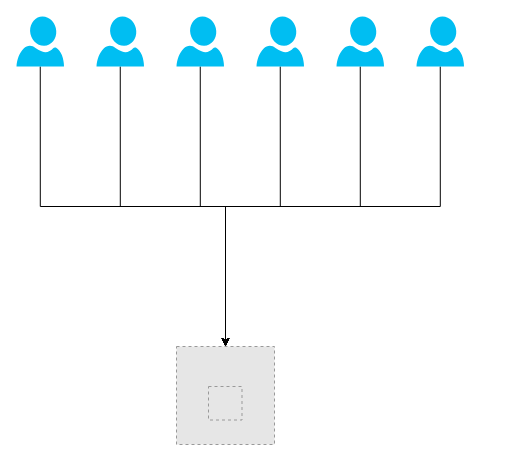
Before: Untitled Diagram.drawio in hoangks5/Diagram_Hackathon_Orainchain, a draw.io diagram. Source tidied: cells renumbered, new cells numbered last; positions are measured from the earlier drawing's top-left corner, leaving out a move shared by most shapes. Both pictures are drawn from the tidied source at 100%, with x=0, y=0 at pixel (16, 16). Pictures stored in the file or linked from it are replaced by grey dashed boxes.
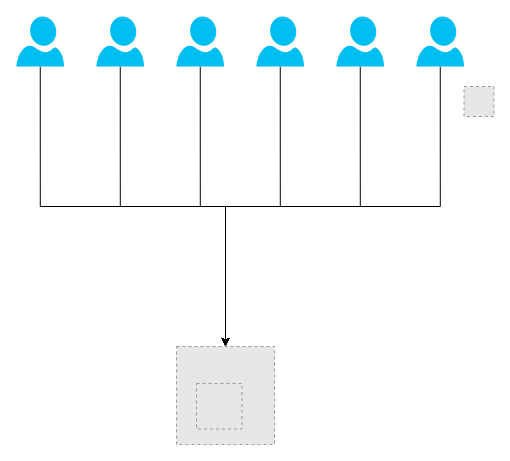
After the change.

The edit, as a diff of the source:
```diff
@@
 <mxGraphModel>
   <root>
     <mxCell id="0" />
     <mxCell id="1" parent="0" />
     <mxCell id="2" style="edgeStyle=orthogonalEdgeStyle;rounded=0;jettySize=auto;html=1;exitX=0.5;exitY=1;exitDx=0;exitDy=0;exitPerimeter=0;fontFamily=Helvetica;fontSize=12;fontColor=default;entryX=0.5;entryY=0;entryDx=0;entryDy=0;" parent="1" edge="1" source="3" target="14">
       <mxGeometry relative="1" as="geometry" />
     </mxCell>
     <mxCell id="3" style="verticalLabelPosition=bottom;html=1;verticalAlign=top;align=center;strokeColor=none;fillColor=#00BEF2;shape=mxgraph.azure.user;" parent="1" vertex="1">
       <mxGeometry width="47.5" height="50" as="geometry" />
     </mxCell>
     <mxCell id="4" style="edgeStyle=orthogonalEdgeStyle;rounded=0;jettySize=auto;html=1;exitX=0.5;exitY=1;exitDx=0;exitDy=0;exitPerimeter=0;fontFamily=Helvetica;fontSize=12;fontColor=default;entryX=0.5;entryY=0;entryDx=0;entryDy=0;" parent="1" edge="1" source="5" target="14">
       <mxGeometry relative="1" as="geometry" />
     </mxCell>
     <mxCell id="5" style="verticalLabelPosition=bottom;html=1;verticalAlign=top;align=center;strokeColor=none;fillColor=#00BEF2;shape=mxgraph.azure.user;" parent="1" vertex="1">
       <mxGeometry x="80" width="47.5" height="50" as="geometry" />
     </mxCell>
     <mxCell id="6" style="edgeStyle=orthogonalEdgeStyle;rounded=0;jettySize=auto;html=1;exitX=0.5;exitY=1;exitDx=0;exitDy=0;exitPerimeter=0;fontFamily=Helvetica;fontSize=12;fontColor=default;entryX=0.5;entryY=0;entryDx=0;entryDy=0;" parent="1" edge="1" source="7" target="14">
       <mxGeometry relative="1" as="geometry" />
     </mxCell>
     <mxCell id="7" style="verticalLabelPosition=bottom;html=1;verticalAlign=top;align=center;strokeColor=none;fillColor=#00BEF2;shape=mxgraph.azure.user;" parent="1" vertex="1">
       <mxGeometry x="160" width="47.5" height="50" as="geometry" />
     </mxCell>
     <mxCell id="8" style="edgeStyle=orthogonalEdgeStyle;rounded=0;jettySize=auto;html=1;exitX=0.5;exitY=1;exitDx=0;exitDy=0;exitPerimeter=0;entryX=0.5;entryY=0;entryDx=0;entryDy=0;fontFamily=Helvetica;fontSize=12;fontColor=default;" parent="1" edge="1" source="9" target="14">
       <mxGeometry relative="1" as="geometry" />
     </mxCell>
     <mxCell id="9" style="verticalLabelPosition=bottom;html=1;verticalAlign=top;align=center;strokeColor=none;fillColor=#00BEF2;shape=mxgraph.azure.user;" parent="1" vertex="1">
       <mxGeometry x="240" width="47.5" height="50" as="geometry" />
     </mxCell>
     <mxCell id="10" style="edgeStyle=orthogonalEdgeStyle;rounded=0;jettySize=auto;html=1;exitX=0.5;exitY=1;exitDx=0;exitDy=0;exitPerimeter=0;entryX=0.5;entryY=0;entryDx=0;entryDy=0;fontFamily=Helvetica;fontSize=12;fontColor=default;" parent="1" edge="1" source="11" target="14">
       <mxGeometry relative="1" as="geometry" />
     </mxCell>
     <mxCell id="11" style="verticalLabelPosition=bottom;html=1;verticalAlign=top;align=center;strokeColor=none;fillColor=#00BEF2;shape=mxgraph.azure.user;" parent="1" vertex="1">
       <mxGeometry x="320" width="47.5" height="50" as="geometry" />
     </mxCell>
     <mxCell id="12" style="edgeStyle=orthogonalEdgeStyle;rounded=0;jettySize=auto;html=1;exitX=0.5;exitY=1;exitDx=0;exitDy=0;exitPerimeter=0;entryX=0.5;entryY=0;entryDx=0;entryDy=0;fontFamily=Helvetica;fontSize=12;fontColor=default;" parent="1" edge="1" source="13" target="14">
       <mxGeometry relative="1" as="geometry" />
     </mxCell>
     <mxCell id="13" style="verticalLabelPosition=bottom;html=1;verticalAlign=top;align=center;strokeColor=none;fillColor=#00BEF2;shape=mxgraph.azure.user;" parent="1" vertex="1">
       <mxGeometry x="400" width="47.5" height="50" as="geometry" />
     </mxCell>
     <mxCell id="14" style="fillColor=#E6E6E6;strokeColor=#999999;dashed=1;html=1;verticalAlign=top;verticalLabelPosition=bottom;labelBackgroundColor=#ffffff;fontFamily=Helvetica;fontSize=12;fontColor=default;" parent="1" vertex="1">
       <mxGeometry x="160" y="330" width="98" height="98" as="geometry" />
     </mxCell>
     <mxCell id="15" style="fillColor=#E6E6E6;strokeColor=#999999;dashed=1;verticalLabelPosition=bottom;labelBackgroundColor=default;verticalAlign=top;" parent="1" vertex="1">
-      <mxGeometry x="192" y="370" width="33.5" height="33.5" as="geometry" />
+      <mxGeometry x="180" y="367" width="45.5" height="45.5" as="geometry" />
     </mxCell>
+    <mxCell id="16" style="fillColor=#E6E6E6;strokeColor=#999999;dashed=1;verticalLabelPosition=bottom;labelBackgroundColor=default;verticalAlign=top;" parent="1" vertex="1">
+      <mxGeometry x="447.5" y="70" width="30" height="30" as="geometry" />
+    </mxCell>
   </root>
 </mxGraphModel>
```
